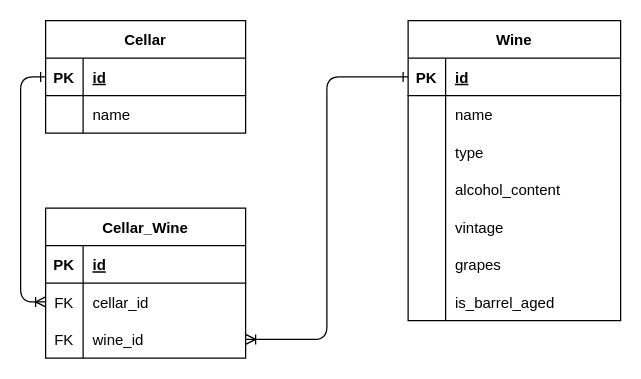
JaderDeCarvalho/suavinho-microservices keeps this draw.io diagram as Suavinho.Cellar.API/Suavinho.Cellar.Infrastructure/Model/CellarER.drawio. Above is the earlier version. Source tidied: cells renumbered, new cells numbered last; positions are measured from the earlier drawing's top-left corner, leaving out a move shared by most shapes. Both pictures are drawn from the tidied source at 125%, with x=0, y=0 at pixel (45, 20).
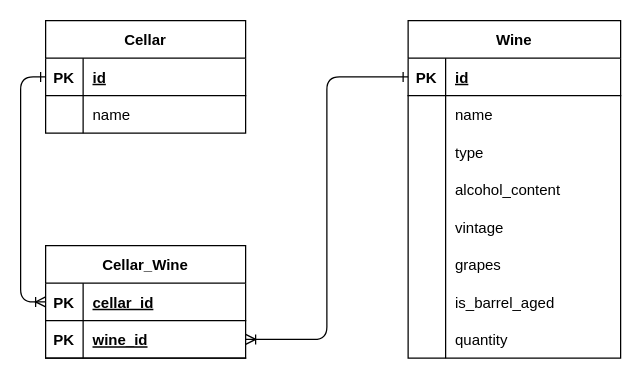
Above is the later version.

Commit message (it also covers changes not shown here):
Implementation of Wine/CellarWine CRUD data flow

Unchanged cells that the change refers to:
```xml
<mxCell id="3" style="shape=partialRectangle;fillColor=none;points=[[0,0.5],[1,0.5]];portConstraint=eastwest;top=0;left=0;right=0;bottom=1;" parent="2" vertex="1">
  <mxGeometry y="30" width="160" height="30" as="geometry" />
</mxCell>
<mxCell id="10" style="shape=partialRectangle;fillColor=none;points=[[0,0.5],[1,0.5]];portConstraint=eastwest;top=0;left=0;right=0;bottom=1;" parent="9" vertex="1">
  <mxGeometry y="30" width="170" height="30" as="geometry" />
</mxCell>
<mxCell id="32" style="shape=partialRectangle;fillColor=none;points=[[0,0.5],[1,0.5]];portConstraint=eastwest;top=0;left=0;right=0;bottom=1;" parent="31" vertex="1">
  <mxGeometry y="30" width="160" height="30" as="geometry" />
</mxCell>
```

Change to the diagram source:
```diff
@@
     <mxCell id="9" value="Wine" style="shape=table;startSize=30;childLayout=tableLayout;rowLines=0;fontStyle=1;align=center;" parent="1" vertex="1">
-      <mxGeometry x="290" width="170" height="240" as="geometry" />
+      <mxGeometry x="290" width="170" height="270" as="geometry" />
     </mxCell>
@@
+    <mxCell id="43" style="shape=partialRectangle;fillColor=none;top=0;left=0;right=0;bottom=0;" parent="9" vertex="1">
+      <mxGeometry y="240" width="170" height="30" as="geometry" />
+    </mxCell>
+    <mxCell id="44" style="shape=partialRectangle;overflow=hidden;fillColor=none;top=0;left=0;bottom=0;right=0;" parent="43" vertex="1">
+      <mxGeometry width="30" height="30" as="geometry" />
+    </mxCell>
+    <mxCell id="45" value="quantity" style="shape=partialRectangle;overflow=hidden;fillColor=none;top=0;left=0;bottom=0;right=0;align=left;spacingLeft=6;" parent="43" vertex="1">
+      <mxGeometry x="30" width="140" height="30" as="geometry" />
+    </mxCell>
     <mxCell id="31" value="Cellar_Wine" style="shape=table;startSize=30;childLayout=tableLayout;rowLines=0;fontStyle=1;align=center;" parent="1" vertex="1">
-      <mxGeometry y="150" width="160" height="120" as="geometry" />
+      <mxGeometry y="180" width="160" height="90" as="geometry" />
     </mxCell>
@@
-    <mxCell id="34" value="id" style="shape=partialRectangle;overflow=hidden;fillColor=none;top=0;left=0;bottom=0;right=0;align=left;spacingLeft=6;fontStyle=5;" parent="32" vertex="1">
+    <mxCell id="34" value="cellar_id" style="shape=partialRectangle;overflow=hidden;fillColor=none;top=0;left=0;bottom=0;right=0;align=left;spacingLeft=6;fontStyle=5;" parent="32" vertex="1">
       <mxGeometry x="30" width="130" height="30" as="geometry" />
     </mxCell>
-    <mxCell id="35" style="shape=partialRectangle;fillColor=none;points=[[0,0.5],[1,0.5]];portConstraint=eastwest;top=0;left=0;right=0;bottom=0;" parent="31" vertex="1">
-      <mxGeometry y="60" width="160" height="30" as="geometry" />
-    </mxCell>
-    <mxCell id="36" value="FK" style="shape=partialRectangle;overflow=hidden;fillColor=none;top=0;left=0;bottom=0;right=0;" parent="35" vertex="1">
-      <mxGeometry width="30" height="30" as="geometry" />
-    </mxCell>
-    <mxCell id="37" value="cellar_id" style="shape=partialRectangle;overflow=hidden;fillColor=none;top=0;left=0;bottom=0;right=0;align=left;spacingLeft=6;" parent="35" vertex="1">
-      <mxGeometry x="30" width="130" height="30" as="geometry" />
-    </mxCell>
-    <mxCell id="38" style="shape=partialRectangle;fillColor=none;points=[[0,0.5],[1,0.5]];portConstraint=eastwest;top=0;left=0;right=0;bottom=0;" parent="31" vertex="1">
-      <mxGeometry y="90" width="160" height="30" as="geometry" />
-    </mxCell>
-    <mxCell id="39" value="FK" style="shape=partialRectangle;overflow=hidden;fillColor=none;top=0;left=0;bottom=0;right=0;" parent="38" vertex="1">
-      <mxGeometry width="30" height="30" as="geometry" />
-    </mxCell>
+    <mxCell id="46" style="shape=partialRectangle;fillColor=none;points=[[0,0.5],[1,0.5]];portConstraint=eastwest;top=0;left=0;right=0;bottom=1;" parent="31" vertex="1">
+      <mxGeometry y="60" width="160" height="30" as="geometry" />
+    </mxCell>
+    <mxCell id="47" value="PK" style="shape=partialRectangle;overflow=hidden;fillColor=none;top=0;left=0;bottom=0;right=0;fontStyle=1;" parent="46" vertex="1">
+      <mxGeometry width="30" height="30" as="geometry" />
+    </mxCell>
-    <mxCell id="40" value="wine_id" style="shape=partialRectangle;overflow=hidden;fillColor=none;top=0;left=0;bottom=0;right=0;align=left;spacingLeft=6;" parent="38" vertex="1">
+    <mxCell id="40" value="wine_id" style="shape=partialRectangle;overflow=hidden;fillColor=none;top=0;left=0;bottom=0;right=0;align=left;spacingLeft=6;fontStyle=5;" parent="46" vertex="1">
       <mxGeometry x="30" width="130" height="30" as="geometry" />
     </mxCell>
-    <mxCell id="41" style="edgeStyle=orthogonalEdgeStyle;jettySize=auto;html=1;exitX=0;exitY=0.5;exitDx=0;exitDy=0;entryX=0;entryY=0.5;entryDx=0;entryDy=0;rounded=1;startArrow=ERone;startFill=0;endArrow=ERoneToMany;endFill=0;" parent="1" edge="1" source="3" target="35">
+    <mxCell id="41" style="edgeStyle=orthogonalEdgeStyle;jettySize=auto;html=1;exitX=0;exitY=0.5;exitDx=0;exitDy=0;rounded=1;startArrow=ERone;startFill=0;endArrow=ERoneToMany;endFill=0;entryX=0;entryY=0.5;entryDx=0;entryDy=0;" parent="1" edge="1" source="3" target="32">
       <mxGeometry relative="1" as="geometry" />
     </mxCell>
-    <mxCell id="42" style="edgeStyle=orthogonalEdgeStyle;rounded=1;jettySize=auto;html=1;exitX=0;exitY=0.5;exitDx=0;exitDy=0;entryX=1;entryY=0.5;entryDx=0;entryDy=0;startArrow=ERone;startFill=0;endArrow=ERoneToMany;endFill=0;" parent="1" edge="1" source="10" target="38">
+    <mxCell id="42" style="edgeStyle=orthogonalEdgeStyle;rounded=1;jettySize=auto;html=1;exitX=0;exitY=0.5;exitDx=0;exitDy=0;entryX=1;entryY=0.5;entryDx=0;entryDy=0;startArrow=ERone;startFill=0;endArrow=ERoneToMany;endFill=0;" parent="1" edge="1" source="10" target="46">
       <mxGeometry relative="1" as="geometry" />
     </mxCell>
```
